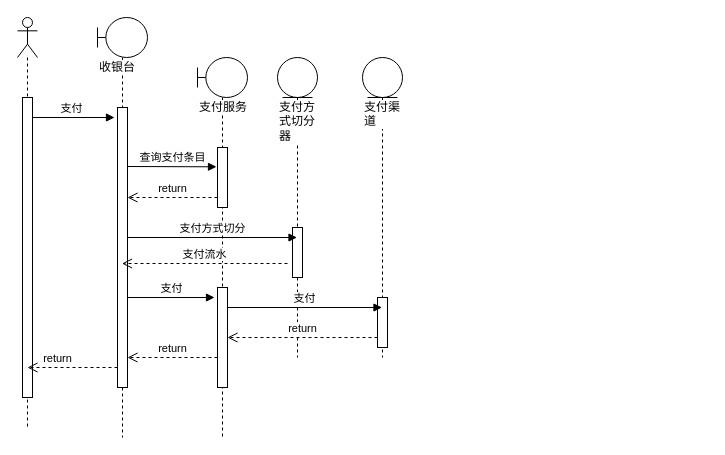
The draw.io diagram page "支付回调" (6 of 6) of 支付中心.drawio in NonePro/UML, before the edit. Source tidied: cells renumbered, new cells numbered last; positions are measured from the earlier drawing's top-left corner, leaving out a move shared by most shapes. Both pictures are drawn from the tidied source at 100%, with x=0, y=0 at pixel (17, 17).
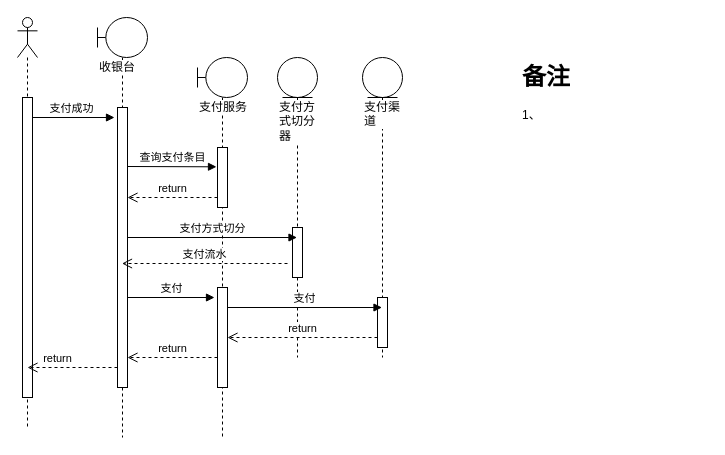
After the change.

The change refers to these unchanged cells:
```xml
<mxCell id="2" style="shape=umlLifeline;participant=umlActor;perimeter=lifelinePerimeter;whiteSpace=wrap;html=1;verticalAlign=top;spacingTop=36;labelBackgroundColor=#ffffff;align=left;" parent="1" vertex="1">
  <mxGeometry width="20" height="410" as="geometry" />
</mxCell>
```

What changed in the source:
```diff
@@
-    <mxCell id="3" value="支付" style="html=1;verticalAlign=bottom;endArrow=block;" parent="2" edge="1">
+    <mxCell id="3" value="支付成功" style="html=1;verticalAlign=bottom;endArrow=block;" parent="2" edge="1">
       <mxGeometry relative="1" as="geometry">
         <mxPoint x="10" y="100" as="sourcePoint" />
         <mxPoint x="97" y="100" as="targetPoint" />
       </mxGeometry>
     </mxCell>
@@
+    <mxCell id="23" value="&lt;h1&gt;备注&lt;/h1&gt;&lt;p&gt;1、&lt;/p&gt;" style="text;html=1;strokeColor=none;fillColor=none;spacing=5;spacingTop=-20;whiteSpace=wrap;overflow=hidden;rounded=0;align=left;" parent="1" vertex="1">
+      <mxGeometry x="500" y="40" width="190" height="120" as="geometry" />
+    </mxCell>
```
